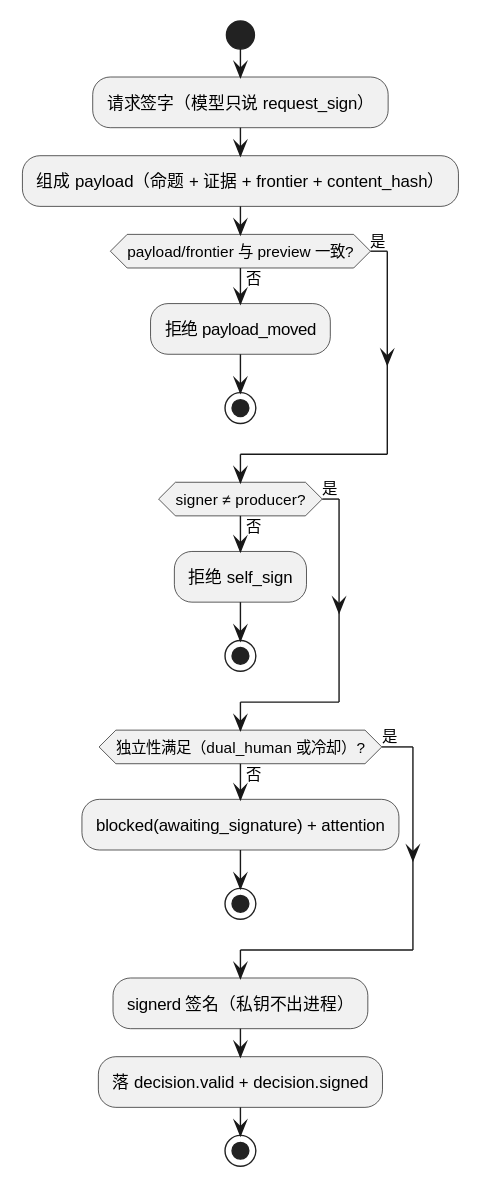
Before: design/diagrams/p10-sign.svg, a diagram exported from PlantUML (raitpor/dsh-software-dev-office). The source it was exported from:
```plantuml
@startuml
start
:请求签字（模型只说 request_sign）;
:组成 payload（命题 + 证据 + frontier + content_hash）;
if (payload/frontier 与 preview 一致?) then (否)
  :拒绝 payload_moved;
  stop
else (是)
endif
if (signer ≠ producer?) then (否)
  :拒绝 self_sign;
  stop
else (是)
endif
if (独立性满足（dual_human 或冷却）?) then (否)
  :blocked(awaiting_signature) + attention;
  stop
else (是)
endif
:signerd 签名（私钥不出进程）;
:落 decision.valid + decision.signed;
stop
@enduml
```
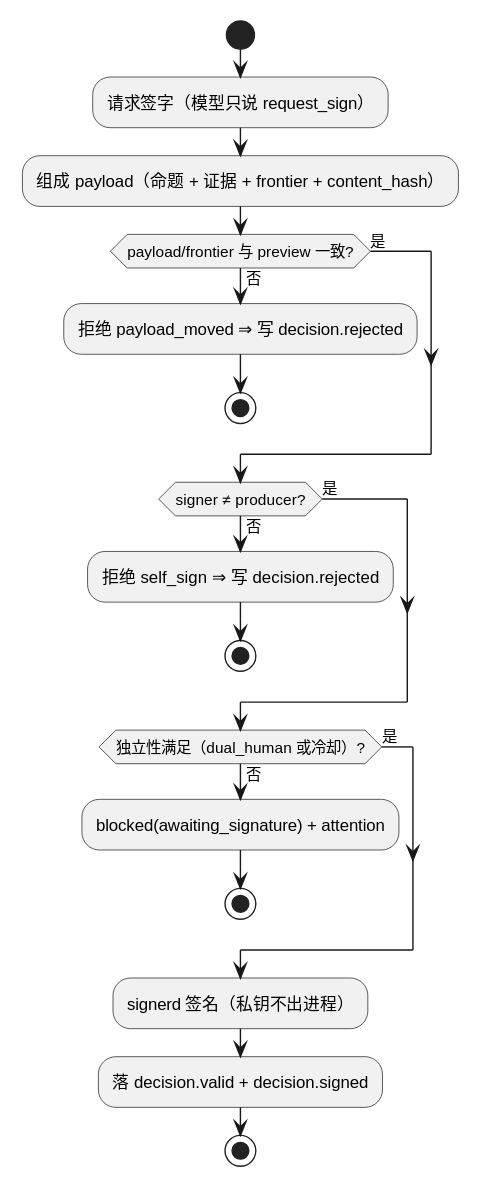
The same diagram one commit later.

Diff of the diagram source:
```diff
@@ -3,12 +3,12 @@
 :请求签字（模型只说 request_sign）;
 :组成 payload（命题 + 证据 + frontier + content_hash）;
 if (payload/frontier 与 preview 一致?) then (否)
-  :拒绝 payload_moved;
+  :拒绝 payload_moved ⇒ 写 decision.rejected;
   stop
 else (是)
 endif
 if (signer ≠ producer?) then (否)
-  :拒绝 self_sign;
+  :拒绝 self_sign ⇒ 写 decision.rejected;
   stop
 else (是)
 endif
```
